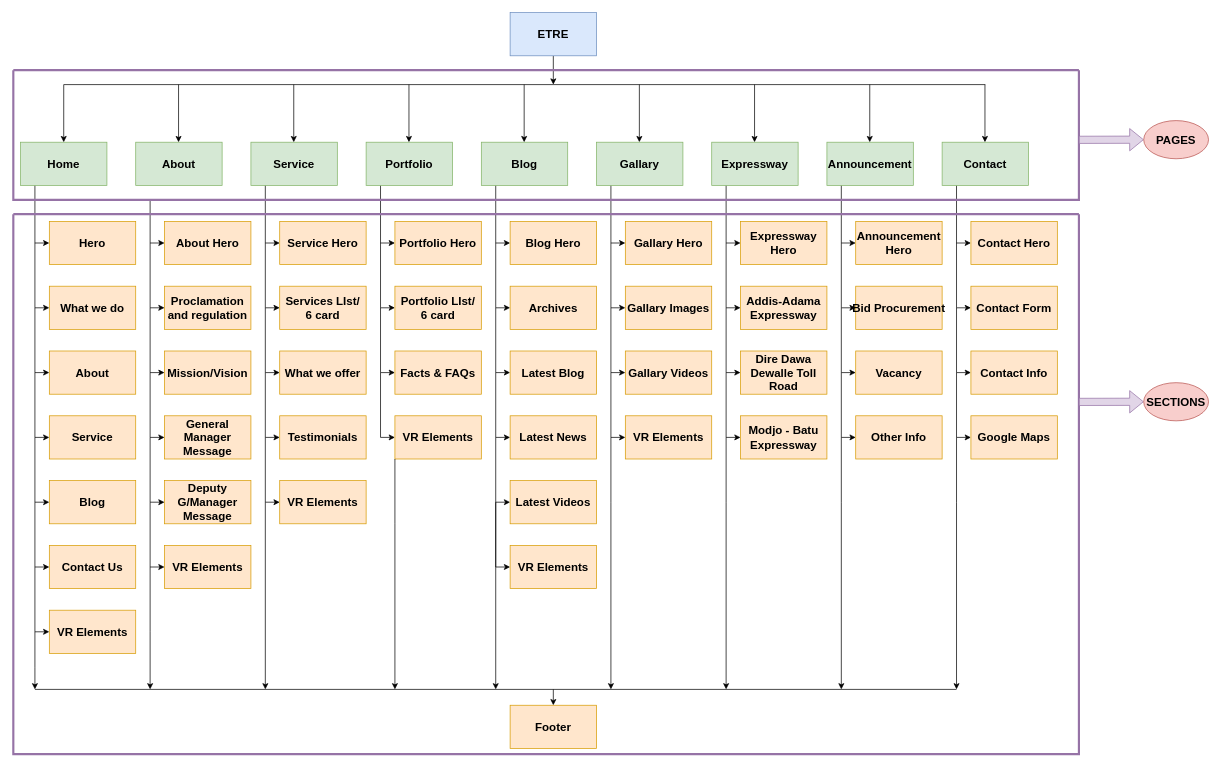
The draw.io diagram ETRE Website Prototype.drawio in fasil712/UML_Diagram_Design, before the edit. Source tidied: cells renumbered, new cells numbered last; positions are measured from the earlier drawing's top-left corner, leaving out a move shared by most shapes. Both pictures are drawn from the tidied source at 72%, with x=0, y=0 at pixel (13, 12).
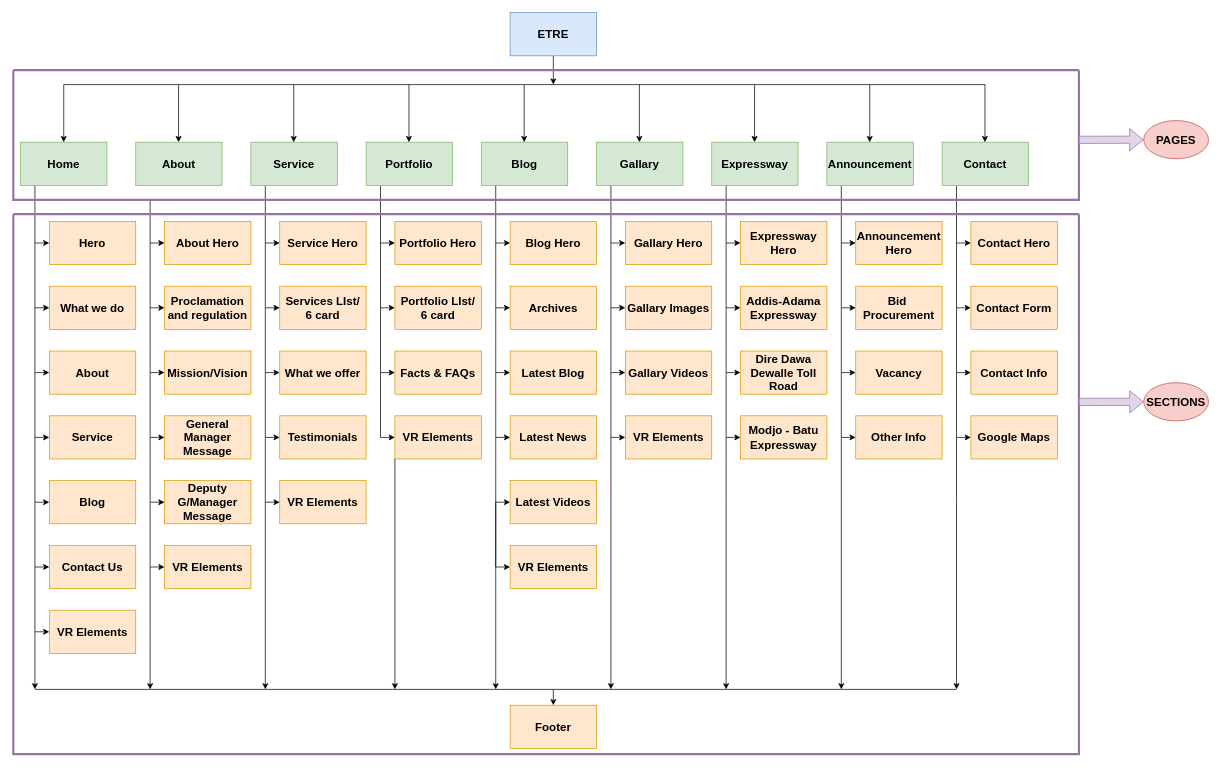
The same page after the edit.

Diff of the diagram source:
```diff
@@
-    <mxCell id="98" value="Bid&amp;nbsp;Procurement" style="rounded=0;whiteSpace=wrap;html=1;fillColor=#ffe6cc;strokeColor=#d79b00;fontStyle=1;fontSize=16;" parent="1" vertex="1">
+    <mxCell id="98" value="Bid&amp;nbsp;&lt;div&gt;Procurement&lt;/div&gt;" style="rounded=0;whiteSpace=wrap;html=1;fillColor=#ffe6cc;strokeColor=#d79b00;fontStyle=1;fontSize=16;" parent="1" vertex="1">
       <mxGeometry x="1170" y="380" width="120" height="60" as="geometry" />
     </mxCell>
```
